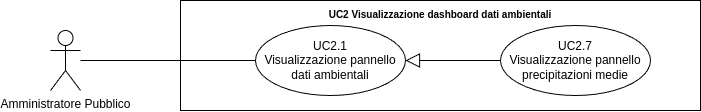
SWATEngineering/Docs keeps this draw.io diagram as src/3_PB/AnalisiDeiRequisiti/assets/UML/UC2.7_Visualizzazione-pannello-precipitazioni-medie.png. Above is the earlier version. Source tidied: cells renumbered, new cells last; positions are measured from the earlier drawing's top-left corner, leaving out a move shared by most shapes.
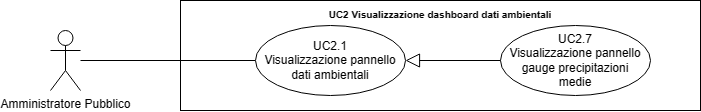
Above is the later version.

What changed in the source:
```diff
@@ -11,7 +11,7 @@
     <mxCell id="4" style="edgeStyle=none;html=1;endArrow=none;verticalAlign=bottom;rounded=0;" parent="1" edge="1" source="2" target="6">
       <mxGeometry relative="1" as="geometry" />
     </mxCell>
-    <mxCell id="5" value="UC2.7&lt;br&gt;Visualizzazione pannello precipitazioni medie" style="ellipse;whiteSpace=wrap;html=1;" parent="1" vertex="1">
+    <mxCell id="5" value="UC2.7&lt;br&gt;Visualizzazione pannello gauge precipitazioni&lt;div&gt;medie&lt;/div&gt;" style="ellipse;whiteSpace=wrap;html=1;" parent="1" vertex="1">
       <mxGeometry x="450" y="25" width="150" height="70" as="geometry" />
     </mxCell>
     <mxCell id="6" value="UC2.1&lt;br&gt;Visualizzazione pannello dati ambientali" style="ellipse;whiteSpace=wrap;html=1;" parent="1" vertex="1">
```
